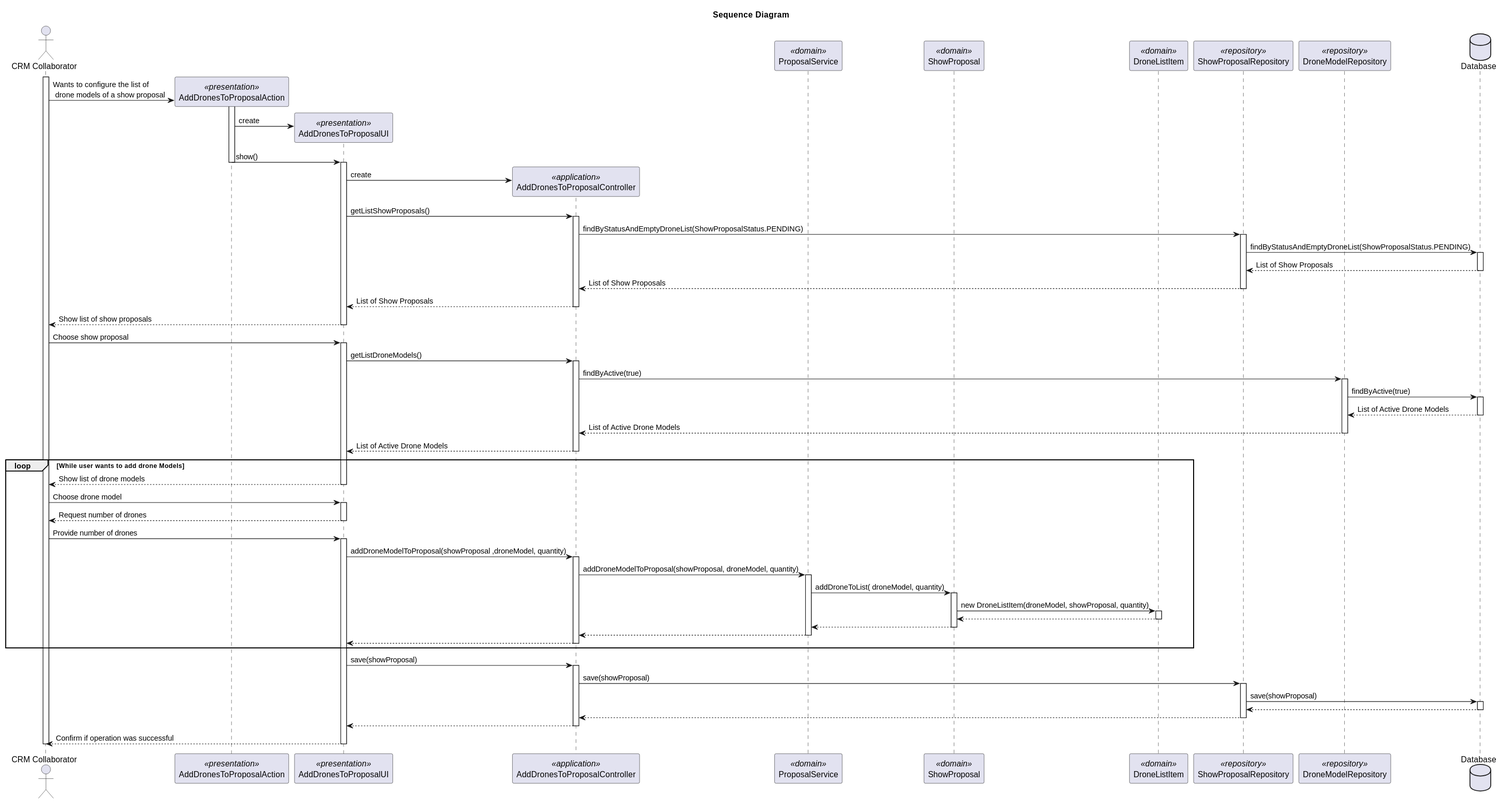
This is docs/Sprint3/us_311/images/sequence-diagram-US311.svg from rubenFreitas1/ISEP-LAPR4-2024-2025, a PlantUML export, as it was before one commit. Its diagram source:
```plantuml
@startuml
title Sequence Diagram

actor "CRM Collaborator" as Actor
participant "AddDronesToProposalAction" as Action <<presentation>>
participant "AddDronesToProposalUI" as UI <<presentation>>
participant "AddDronesToProposalController" as Controller <<application>>
participant "ProposalService" as ProposalService <<domain>>
participant "ShowProposal" as ShowProposal <<domain>>
participant "DroneListItem" as DroneListItem <<domain>>
participant "ShowProposalRepository" as ShowProposalRepository <<repository>>
participant "DroneModelRepository" as DroneModelRepository <<repository>>
database "Database" as Database

activate Actor

Actor -> Action**: Wants to configure the list of\n drone models of a show proposal

activate Action

Action -> UI** : create
Action -> UI: show()

deactivate Action
    activate UI

UI -> Controller** : create
UI -> Controller: getListShowProposals()

    activate Controller

        Controller -> ShowProposalRepository: findByStatusAndEmptyDroneList(ShowProposalStatus.PENDING)

        activate ShowProposalRepository

        ShowProposalRepository -> Database: findByStatusAndEmptyDroneList(ShowProposalStatus.PENDING)
        activate Database

        Database --> ShowProposalRepository: List of Show Proposals
        deactivate Database
        ShowProposalRepository --> Controller: List of Show Proposals
        deactivate ShowProposalRepository
        Controller --> UI: List of Show Proposals
    deactivate Controller

UI --> Actor: Show list of show proposals
deactivate UI

Actor -> UI: Choose show proposal


    activate UI

        UI -> Controller: getListDroneModels()
        activate Controller

            Controller -> DroneModelRepository: findByActive(true)
            activate DroneModelRepository




                DroneModelRepository -> Database: findByActive(true)
                activate Database

                Database --> DroneModelRepository: List of Active Drone Models
                deactivate Database
                DroneModelRepository --> Controller: List of Active Drone Models


            deactivate DroneModelRepository
        Controller --> UI: List of Active Drone Models
        deactivate Controller

    loop While user wants to add drone Models

    UI --> Actor: Show list of drone models
    deactivate UI

    Actor -> UI: Choose drone model
    activate UI

    UI --> Actor: Request number of drones
    deactivate UI

    Actor -> UI: Provide number of drones
    activate UI

    UI -> Controller: addDroneModelToProposal(showProposal ,droneModel, quantity)
    activate Controller

        Controller -> ProposalService: addDroneModelToProposal(showProposal, droneModel, quantity)
        activate ProposalService

        ProposalService -> ShowProposal: addDroneToList( droneModel, quantity)
        activate ShowProposal

        ShowProposal -> DroneListItem: new DroneListItem(droneModel, showProposal, quantity)
        activate DroneListItem

        DroneListItem --> ShowProposal
        deactivate DroneListItem

        ShowProposal --> ProposalService
        deactivate ShowProposal
        ProposalService --> Controller
        deactivate ProposalService
    Controller --> UI
    deactivate Controller
    end
    UI -> Controller: save(showProposal)
    activate Controller

    Controller -> ShowProposalRepository: save(showProposal)
    activate ShowProposalRepository

    ShowProposalRepository -> Database: save(showProposal)
    activate Database

    Database --> ShowProposalRepository
    deactivate Database
    ShowProposalRepository --> Controller
    deactivate ShowProposalRepository
    Controller --> UI
    deactivate Controller
    UI --> Actor: Confirm if operation was successful
    deactivate UI
deactivate Actor
@enduml
```
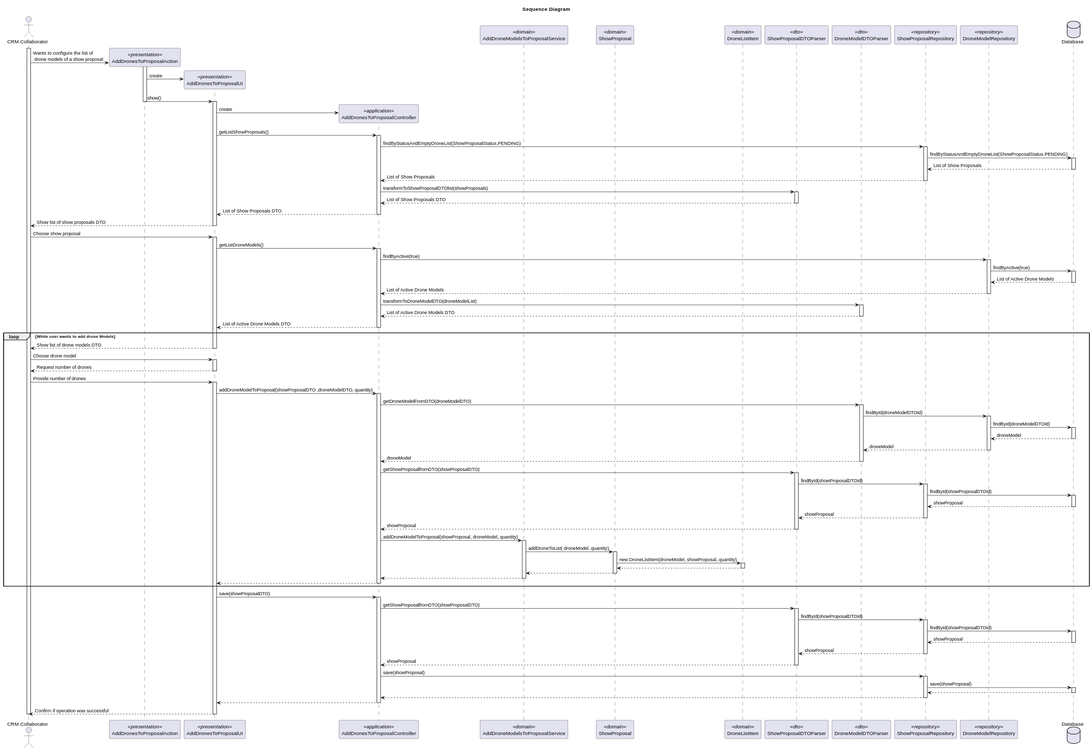
The same diagram one commit later.

Diff of the diagram source:
```diff
@@ -5,9 +5,11 @@
 participant "AddDronesToProposalAction" as Action <<presentation>>
 participant "AddDronesToProposalUI" as UI <<presentation>>
 participant "AddDronesToProposalController" as Controller <<application>>
-participant "ProposalService" as ProposalService <<domain>>
+participant "AddDroneModelsToProposalService" as ProposalService <<domain>>
 participant "ShowProposal" as ShowProposal <<domain>>
 participant "DroneListItem" as DroneListItem <<domain>>
+participant "ShowProposalDTOParser" as ShowProposalDTOParser <<dto>>
+participant "DroneModelDTOParser" as DroneModelDTOParser <<dto>>
 participant "ShowProposalRepository" as ShowProposalRepository <<repository>>
 participant "DroneModelRepository" as DroneModelRepository <<repository>>
 database "Database" as Database
@@ -40,10 +42,17 @@
         deactivate Database
         ShowProposalRepository --> Controller: List of Show Proposals
         deactivate ShowProposalRepository
-        Controller --> UI: List of Show Proposals
+
+        Controller -> ShowProposalDTOParser: transformToShowProposalDTOlist(showProposals)
+        activate ShowProposalDTOParser
+
+        ShowProposalDTOParser --> Controller: List of Show Proposals DTO
+        deactivate ShowProposalDTOParser
+
+        Controller --> UI: List of Show Proposals DTO
     deactivate Controller
 
-UI --> Actor: Show list of show proposals
+UI --> Actor: Show list of show proposals DTO
 deactivate UI
 
 Actor -> UI: Choose show proposal
@@ -66,15 +75,21 @@
                 Database --> DroneModelRepository: List of Active Drone Models
                 deactivate Database
                 DroneModelRepository --> Controller: List of Active Drone Models
+            deactivate DroneModelRepository
+
+            Controller -> DroneModelDTOParser: transformToDroneModelDTO(droneModelList)
+            activate DroneModelDTOParser
+
+            DroneModelDTOParser --> Controller: List of Active Drone Models DTO
+            deactivate DroneModelDTOParser
 
 
-            deactivate DroneModelRepository
-        Controller --> UI: List of Active Drone Models
+        Controller --> UI: List of Active Drone Models DTO
         deactivate Controller
 
     loop While user wants to add drone Models
 
-    UI --> Actor: Show list of drone models
+    UI --> Actor: Show list of drone models DTO
     deactivate UI
 
     Actor -> UI: Choose drone model
@@ -86,8 +101,40 @@
     Actor -> UI: Provide number of drones
     activate UI
 
-    UI -> Controller: addDroneModelToProposal(showProposal ,droneModel, quantity)
+    UI -> Controller: addDroneModelToProposal(showProposalDTO ,droneModelDTO, quantity)
     activate Controller
+
+        Controller -> DroneModelDTOParser: getDroneModelFromDTO(droneModelDTO)
+        activate DroneModelDTOParser
+
+        DroneModelDTOParser -> DroneModelRepository: findById(droneModelDTOId)
+        activate DroneModelRepository
+
+        DroneModelRepository -> Database: findById(droneModelDTOId)
+        activate Database
+
+        Database --> DroneModelRepository: droneModel
+        deactivate Database
+        DroneModelRepository --> DroneModelDTOParser: droneModel
+        deactivate DroneModelRepository
+        DroneModelDTOParser --> Controller: droneModel
+        deactivate DroneModelDTOParser
+
+        Controller -> ShowProposalDTOParser: getShowProposalfromDTO(showProposalDTO)
+        activate ShowProposalDTOParser
+
+        ShowProposalDTOParser -> ShowProposalRepository: findById(showProposalDTOId)
+        activate ShowProposalRepository
+
+        ShowProposalRepository -> Database: findById(showProposalDTOId)
+        activate Database
+
+        Database --> ShowProposalRepository: showProposal
+        deactivate Database
+        ShowProposalRepository --> ShowProposalDTOParser: showProposal
+        deactivate ShowProposalRepository
+        ShowProposalDTOParser --> Controller: showProposal
+        deactivate ShowProposalDTOParser
 
         Controller -> ProposalService: addDroneModelToProposal(showProposal, droneModel, quantity)
         activate ProposalService
@@ -108,8 +155,24 @@
     Controller --> UI
     deactivate Controller
     end
-    UI -> Controller: save(showProposal)
+    UI -> Controller: save(showProposalDTO)
     activate Controller
+
+    Controller -> ShowProposalDTOParser: getShowProposalfromDTO(showProposalDTO)
+            activate ShowProposalDTOParser
+
+            ShowProposalDTOParser -> ShowProposalRepository: findById(showProposalDTOId)
+            activate ShowProposalRepository
+
+            ShowProposalRepository -> Database: findById(showProposalDTOId)
+            activate Database
+
+            Database --> ShowProposalRepository: showProposal
+            deactivate Database
+            ShowProposalRepository --> ShowProposalDTOParser: showProposal
+            deactivate ShowProposalRepository
+            ShowProposalDTOParser --> Controller: showProposal
+            deactivate ShowProposalDTOParser
 
     Controller -> ShowProposalRepository: save(showProposal)
     activate ShowProposalRepository
```
